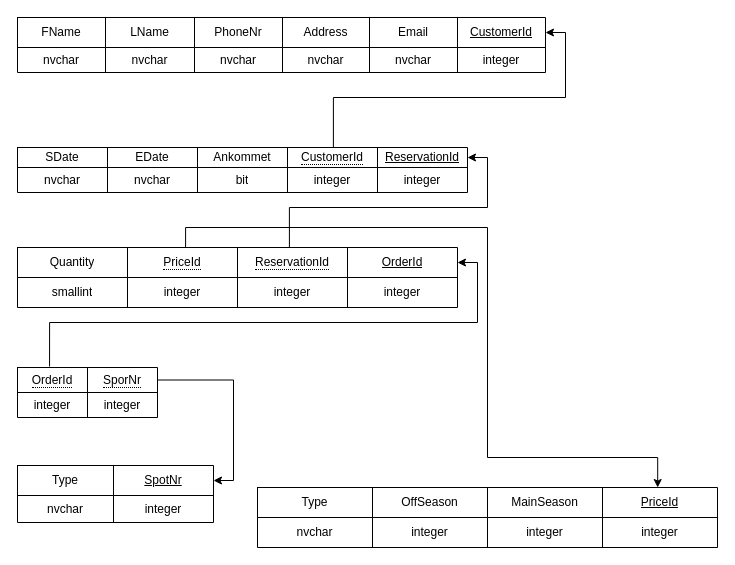
emils0/Campingpladsen keeps this draw.io diagram as Documentation/RDS Diagram.drawio. Above is the earlier version. Source tidied: cells renumbered, new cells numbered last; positions are measured from the earlier drawing's top-left corner, leaving out a move shared by most shapes. Both pictures are drawn from the tidied source at 100%, with x=0, y=0 at pixel (17, 17).
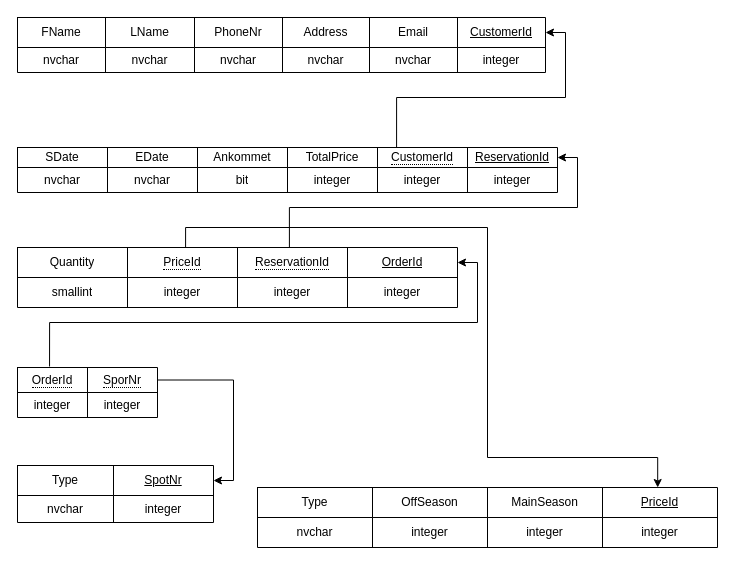
After the change.

What changed in the source:
```diff
@@
     <mxCell id="18" style="shape=table;startSize=0;childLayout=tableLayout;" parent="1" vertex="1">
-      <mxGeometry y="130" width="450" height="45" as="geometry" />
+      <mxGeometry y="130" width="540" height="45" as="geometry" />
     </mxCell>
     <mxCell id="19" style="shape=partialRectangle;fillColor=none;top=0;left=0;bottom=0;right=0;points=[[0,0.5],[1,0.5]];portConstraint=eastwest;" parent="18" vertex="1">
-      <mxGeometry width="450" height="20" as="geometry" />
+      <mxGeometry width="540" height="20" as="geometry" />
     </mxCell>
@@
+    <mxCell id="71" value="TotalPrice" style="shape=partialRectangle;html=1;whiteSpace=wrap;overflow=hidden;fillColor=none;top=0;left=0;bottom=0;right=0;" parent="19" vertex="1">
+      <mxGeometry x="270" width="90" height="20" as="geometry" />
+    </mxCell>
     <mxCell id="23" value="&lt;div style=&quot;border-bottom: 1px dotted black&quot;&gt;CustomerId&lt;/div&gt;" style="shape=partialRectangle;html=1;whiteSpace=wrap;overflow=hidden;fillColor=none;top=0;left=0;bottom=0;right=0;" parent="19" vertex="1">
-      <mxGeometry x="270" width="90" height="20" as="geometry" />
+      <mxGeometry x="360" width="90" height="20" as="geometry" />
     </mxCell>
     <mxCell id="24" value="&lt;u&gt;ReservationId&lt;/u&gt;" style="shape=partialRectangle;html=1;whiteSpace=wrap;overflow=hidden;fillColor=none;top=0;left=0;bottom=0;right=0;" parent="19" vertex="1">
-      <mxGeometry x="360" width="90" height="20" as="geometry" />
+      <mxGeometry x="450" width="90" height="20" as="geometry" />
     </mxCell>
     <mxCell id="25" style="shape=partialRectangle;fillColor=none;top=0;left=0;bottom=0;right=0;" parent="18" vertex="1">
-      <mxGeometry y="20" width="450" height="25" as="geometry" />
+      <mxGeometry y="20" width="540" height="25" as="geometry" />
     </mxCell>
@@
+    <mxCell id="72" value="integer" style="shape=partialRectangle;html=1;whiteSpace=wrap;overflow=hidden;fillColor=none;top=0;left=0;bottom=0;right=0;" parent="25" vertex="1">
+      <mxGeometry x="270" width="90" height="25" as="geometry" />
+    </mxCell>
     <mxCell id="29" value="integer" style="shape=partialRectangle;html=1;whiteSpace=wrap;overflow=hidden;fillColor=none;top=0;left=0;bottom=0;right=0;" parent="25" vertex="1">
-      <mxGeometry x="270" width="90" height="25" as="geometry" />
+      <mxGeometry x="360" width="90" height="25" as="geometry" />
     </mxCell>
     <mxCell id="30" value="integer" style="shape=partialRectangle;html=1;whiteSpace=wrap;overflow=hidden;fillColor=none;top=0;left=0;bottom=0;right=0;" parent="25" vertex="1">
-      <mxGeometry x="360" width="90" height="25" as="geometry" />
+      <mxGeometry x="450" width="90" height="25" as="geometry" />
     </mxCell>
```
